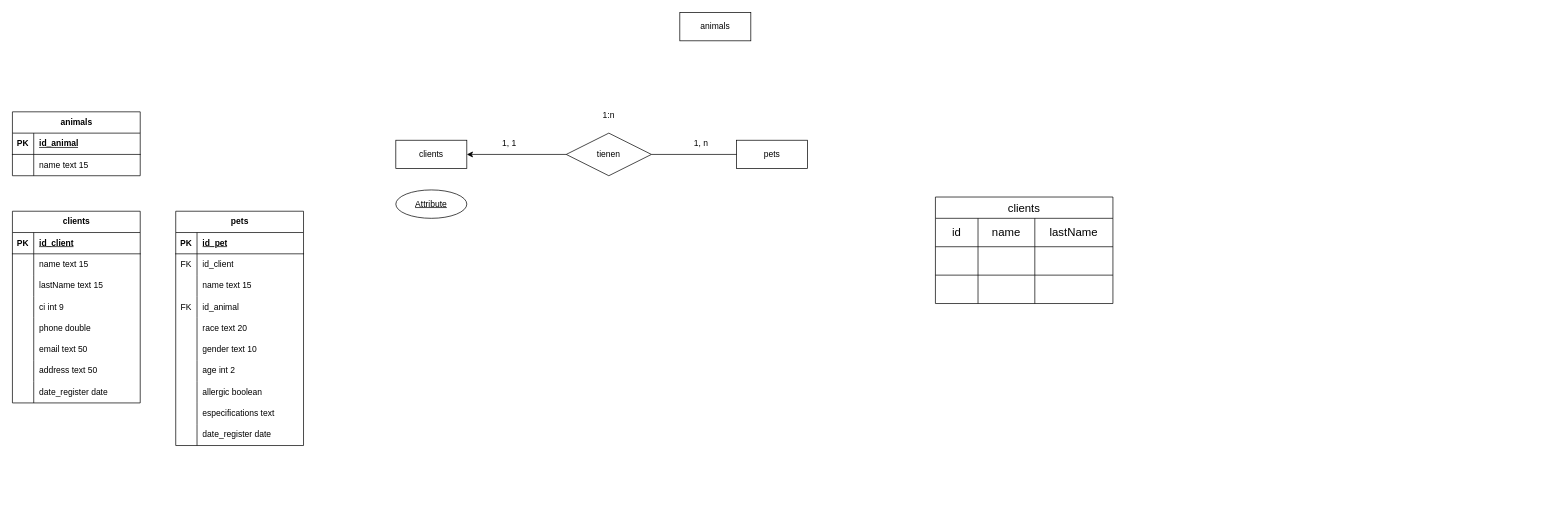
Above: veterinaryClinic.drawio in AlbanyNVRodriguez/draw---diagrams (draw.io), before the change. Source tidied: cells renumbered, new cells numbered last; positions are measured from the earlier drawing's top-left corner, leaving out a move shared by most shapes. Both pictures are drawn from the tidied source at 71%, with x=0, y=0 at pixel (12, 12).
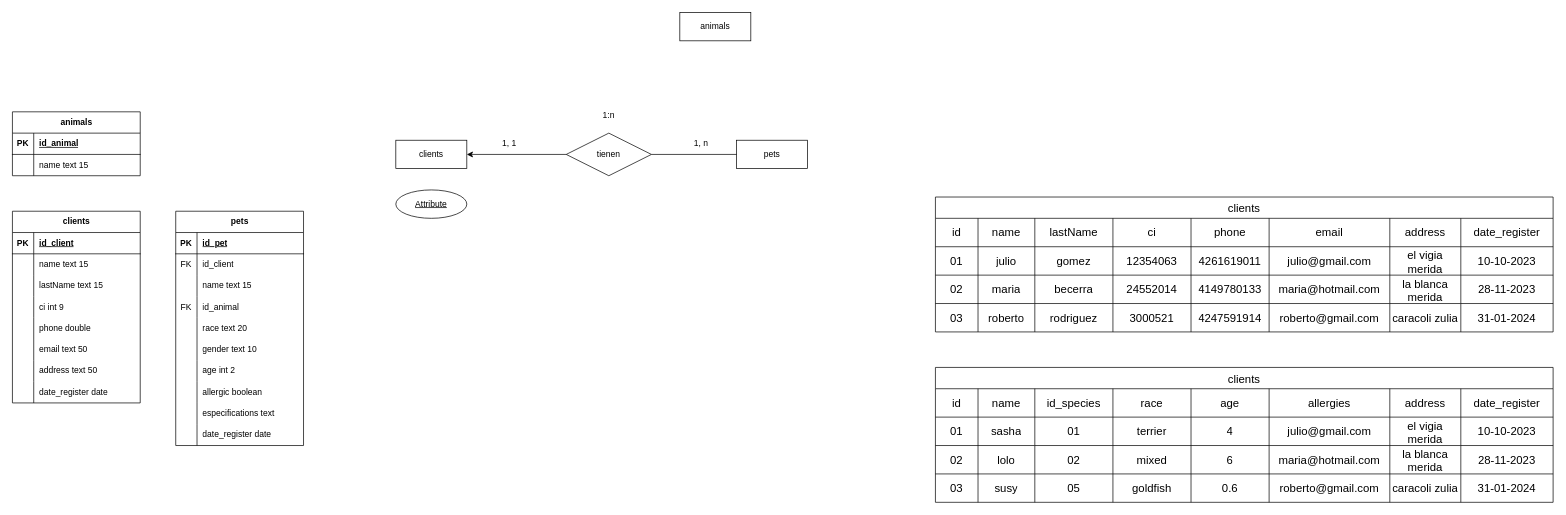
The same diagram, later.

What changed in the source:
```diff
@@
     <mxCell id="75" value="clients" style="shape=table;startSize=30;childLayout=tableLayout;strokeColor=default;fontSize=16;" parent="1" vertex="1">
-      <mxGeometry x="1300" y="260" width="250" height="150" as="geometry" />
+      <mxGeometry x="1300" y="260" width="870" height="190" as="geometry" />
     </mxCell>
     <mxCell id="76" style="shape=tableRow;horizontal=0;startSize=0;swimlaneHead=0;swimlaneBody=0;strokeColor=inherit;top=0;left=0;bottom=0;right=0;fillColor=none;fontSize=16;" parent="75" vertex="1">
-      <mxGeometry y="30" width="250" height="40" as="geometry" />
+      <mxGeometry y="30" width="870" height="40" as="geometry" />
     </mxCell>
@@
+    <mxCell id="88" value="ci" style="shape=partialRectangle;html=1;whiteSpace=wrap;strokeColor=inherit;overflow=hidden;fillColor=none;top=0;left=0;bottom=0;right=0;fontSize=16;" parent="76" vertex="1">
+      <mxGeometry x="250" width="110" height="40" as="geometry" />
+    </mxCell>
+    <mxCell id="89" value="phone" style="shape=partialRectangle;html=1;whiteSpace=wrap;strokeColor=inherit;overflow=hidden;fillColor=none;top=0;left=0;bottom=0;right=0;fontSize=16;" parent="76" vertex="1">
+      <mxGeometry x="360" width="110" height="40" as="geometry" />
+    </mxCell>
+    <mxCell id="90" value="email" style="shape=partialRectangle;html=1;whiteSpace=wrap;strokeColor=inherit;overflow=hidden;fillColor=none;top=0;left=0;bottom=0;right=0;fontSize=16;" parent="76" vertex="1">
+      <mxGeometry x="470" width="170" height="40" as="geometry" />
+    </mxCell>
+    <mxCell id="91" value="address" style="shape=partialRectangle;html=1;whiteSpace=wrap;strokeColor=inherit;overflow=hidden;fillColor=none;top=0;left=0;bottom=0;right=0;fontSize=16;" parent="76" vertex="1">
+      <mxGeometry x="640" width="100" height="40" as="geometry" />
+    </mxCell>
+    <mxCell id="92" value="date_register" style="shape=partialRectangle;html=1;whiteSpace=wrap;strokeColor=inherit;overflow=hidden;fillColor=none;top=0;left=0;bottom=0;right=0;fontSize=16;" parent="76" vertex="1">
+      <mxGeometry x="740" width="130" height="40" as="geometry" />
+    </mxCell>
     <mxCell id="80" style="shape=tableRow;horizontal=0;startSize=0;swimlaneHead=0;swimlaneBody=0;strokeColor=inherit;top=0;left=0;bottom=0;right=0;fillColor=none;fontSize=16;" parent="75" vertex="1">
-      <mxGeometry y="70" width="250" height="40" as="geometry" />
+      <mxGeometry y="70" width="870" height="40" as="geometry" />
     </mxCell>
-    <mxCell id="81" style="shape=partialRectangle;html=1;whiteSpace=wrap;strokeColor=inherit;overflow=hidden;fillColor=none;top=0;left=0;bottom=0;right=0;fontSize=16;" parent="80" vertex="1">
+    <mxCell id="81" value="01" style="shape=partialRectangle;html=1;whiteSpace=wrap;strokeColor=inherit;overflow=hidden;fillColor=none;top=0;left=0;bottom=0;right=0;fontSize=16;" parent="80" vertex="1">
       <mxGeometry width="60" height="40" as="geometry" />
     </mxCell>
-    <mxCell id="82" style="shape=partialRectangle;html=1;whiteSpace=wrap;strokeColor=inherit;overflow=hidden;fillColor=none;top=0;left=0;bottom=0;right=0;fontSize=16;" parent="80" vertex="1">
+    <mxCell id="82" value="julio" style="shape=partialRectangle;html=1;whiteSpace=wrap;strokeColor=inherit;overflow=hidden;fillColor=none;top=0;left=0;bottom=0;right=0;fontSize=16;" parent="80" vertex="1">
       <mxGeometry x="60" width="80" height="40" as="geometry" />
     </mxCell>
-    <mxCell id="83" style="shape=partialRectangle;html=1;whiteSpace=wrap;strokeColor=inherit;overflow=hidden;fillColor=none;top=0;left=0;bottom=0;right=0;fontSize=16;" parent="80" vertex="1">
+    <mxCell id="83" value="gomez" style="shape=partialRectangle;html=1;whiteSpace=wrap;strokeColor=inherit;overflow=hidden;fillColor=none;top=0;left=0;bottom=0;right=0;fontSize=16;" parent="80" vertex="1">
       <mxGeometry x="140" width="110" height="40" as="geometry" />
     </mxCell>
+    <mxCell id="93" value="12354063" style="shape=partialRectangle;html=1;whiteSpace=wrap;strokeColor=inherit;overflow=hidden;fillColor=none;top=0;left=0;bottom=0;right=0;fontSize=16;" parent="80" vertex="1">
+      <mxGeometry x="250" width="110" height="40" as="geometry" />
+    </mxCell>
+    <mxCell id="94" value="4261619011" style="shape=partialRectangle;html=1;whiteSpace=wrap;strokeColor=inherit;overflow=hidden;fillColor=none;top=0;left=0;bottom=0;right=0;fontSize=16;" parent="80" vertex="1">
+      <mxGeometry x="360" width="110" height="40" as="geometry" />
+    </mxCell>
+    <mxCell id="95" value="julio@gmail.com" style="shape=partialRectangle;html=1;whiteSpace=wrap;strokeColor=inherit;overflow=hidden;fillColor=none;top=0;left=0;bottom=0;right=0;fontSize=16;" parent="80" vertex="1">
+      <mxGeometry x="470" width="170" height="40" as="geometry" />
+    </mxCell>
+    <mxCell id="96" value="el vigia merida" style="shape=partialRectangle;html=1;whiteSpace=wrap;strokeColor=inherit;overflow=hidden;fillColor=none;top=0;left=0;bottom=0;right=0;fontSize=16;" parent="80" vertex="1">
+      <mxGeometry x="640" width="100" height="40" as="geometry" />
+    </mxCell>
+    <mxCell id="97" value="10-10-2023" style="shape=partialRectangle;html=1;whiteSpace=wrap;strokeColor=inherit;overflow=hidden;fillColor=none;top=0;left=0;bottom=0;right=0;fontSize=16;" parent="80" vertex="1">
+      <mxGeometry x="740" width="130" height="40" as="geometry" />
+    </mxCell>
     <mxCell id="84" style="shape=tableRow;horizontal=0;startSize=0;swimlaneHead=0;swimlaneBody=0;strokeColor=inherit;top=0;left=0;bottom=0;right=0;fillColor=none;fontSize=16;" parent="75" vertex="1">
-      <mxGeometry y="110" width="250" height="40" as="geometry" />
+      <mxGeometry y="110" width="870" height="40" as="geometry" />
     </mxCell>
-    <mxCell id="85" style="shape=partialRectangle;html=1;whiteSpace=wrap;strokeColor=inherit;overflow=hidden;fillColor=none;top=0;left=0;bottom=0;right=0;fontSize=16;" parent="84" vertex="1">
+    <mxCell id="85" value="02" style="shape=partialRectangle;html=1;whiteSpace=wrap;strokeColor=inherit;overflow=hidden;fillColor=none;top=0;left=0;bottom=0;right=0;fontSize=16;" parent="84" vertex="1">
       <mxGeometry width="60" height="40" as="geometry" />
     </mxCell>
-    <mxCell id="86" style="shape=partialRectangle;html=1;whiteSpace=wrap;strokeColor=inherit;overflow=hidden;fillColor=none;top=0;left=0;bottom=0;right=0;fontSize=16;" parent="84" vertex="1">
+    <mxCell id="86" value="maria" style="shape=partialRectangle;html=1;whiteSpace=wrap;strokeColor=inherit;overflow=hidden;fillColor=none;top=0;left=0;bottom=0;right=0;fontSize=16;" parent="84" vertex="1">
       <mxGeometry x="60" width="80" height="40" as="geometry" />
     </mxCell>
-    <mxCell id="87" style="shape=partialRectangle;html=1;whiteSpace=wrap;strokeColor=inherit;overflow=hidden;fillColor=none;top=0;left=0;bottom=0;right=0;fontSize=16;" parent="84" vertex="1">
+    <mxCell id="87" value="becerra" style="shape=partialRectangle;html=1;whiteSpace=wrap;strokeColor=inherit;overflow=hidden;fillColor=none;top=0;left=0;bottom=0;right=0;fontSize=16;" parent="84" vertex="1">
       <mxGeometry x="140" width="110" height="40" as="geometry" />
     </mxCell>
+    <mxCell id="98" value="24552014" style="shape=partialRectangle;html=1;whiteSpace=wrap;strokeColor=inherit;overflow=hidden;fillColor=none;top=0;left=0;bottom=0;right=0;fontSize=16;" parent="84" vertex="1">
+      <mxGeometry x="250" width="110" height="40" as="geometry" />
+    </mxCell>
+    <mxCell id="99" value="4149780133" style="shape=partialRectangle;html=1;whiteSpace=wrap;strokeColor=inherit;overflow=hidden;fillColor=none;top=0;left=0;bottom=0;right=0;fontSize=16;" parent="84" vertex="1">
+      <mxGeometry x="360" width="110" height="40" as="geometry" />
+    </mxCell>
+    <mxCell id="100" value="maria@hotmail.com" style="shape=partialRectangle;html=1;whiteSpace=wrap;strokeColor=inherit;overflow=hidden;fillColor=none;top=0;left=0;bottom=0;right=0;fontSize=16;" parent="84" vertex="1">
+      <mxGeometry x="470" width="170" height="40" as="geometry" />
+    </mxCell>
+    <mxCell id="101" value="la blanca merida" style="shape=partialRectangle;html=1;whiteSpace=wrap;strokeColor=inherit;overflow=hidden;fillColor=none;top=0;left=0;bottom=0;right=0;fontSize=16;" parent="84" vertex="1">
+      <mxGeometry x="640" width="100" height="40" as="geometry" />
+    </mxCell>
+    <mxCell id="102" value="28-11-2023" style="shape=partialRectangle;html=1;whiteSpace=wrap;strokeColor=inherit;overflow=hidden;fillColor=none;top=0;left=0;bottom=0;right=0;fontSize=16;" parent="84" vertex="1">
+      <mxGeometry x="740" width="130" height="40" as="geometry" />
+    </mxCell>
+    <mxCell id="103" style="shape=tableRow;horizontal=0;startSize=0;swimlaneHead=0;swimlaneBody=0;strokeColor=inherit;top=0;left=0;bottom=0;right=0;fillColor=none;fontSize=16;" parent="75" vertex="1">
+      <mxGeometry y="150" width="870" height="40" as="geometry" />
+    </mxCell>
+    <mxCell id="104" value="03" style="shape=partialRectangle;html=1;whiteSpace=wrap;strokeColor=inherit;overflow=hidden;fillColor=none;top=0;left=0;bottom=0;right=0;fontSize=16;" parent="103" vertex="1">
+      <mxGeometry width="60" height="40" as="geometry" />
+    </mxCell>
+    <mxCell id="105" value="roberto" style="shape=partialRectangle;html=1;whiteSpace=wrap;strokeColor=inherit;overflow=hidden;fillColor=none;top=0;left=0;bottom=0;right=0;fontSize=16;" parent="103" vertex="1">
+      <mxGeometry x="60" width="80" height="40" as="geometry" />
+    </mxCell>
+    <mxCell id="106" value="rodriguez" style="shape=partialRectangle;html=1;whiteSpace=wrap;strokeColor=inherit;overflow=hidden;fillColor=none;top=0;left=0;bottom=0;right=0;fontSize=16;" parent="103" vertex="1">
+      <mxGeometry x="140" width="110" height="40" as="geometry" />
+    </mxCell>
+    <mxCell id="107" value="3000521" style="shape=partialRectangle;html=1;whiteSpace=wrap;strokeColor=inherit;overflow=hidden;fillColor=none;top=0;left=0;bottom=0;right=0;fontSize=16;" parent="103" vertex="1">
+      <mxGeometry x="250" width="110" height="40" as="geometry" />
+    </mxCell>
+    <mxCell id="108" value="4247591914" style="shape=partialRectangle;html=1;whiteSpace=wrap;strokeColor=inherit;overflow=hidden;fillColor=none;top=0;left=0;bottom=0;right=0;fontSize=16;" parent="103" vertex="1">
+      <mxGeometry x="360" width="110" height="40" as="geometry" />
+    </mxCell>
+    <mxCell id="109" value="roberto@gmail.com" style="shape=partialRectangle;html=1;whiteSpace=wrap;strokeColor=inherit;overflow=hidden;fillColor=none;top=0;left=0;bottom=0;right=0;fontSize=16;" parent="103" vertex="1">
+      <mxGeometry x="470" width="170" height="40" as="geometry" />
+    </mxCell>
+    <mxCell id="110" value="caracoli zulia" style="shape=partialRectangle;html=1;whiteSpace=wrap;strokeColor=inherit;overflow=hidden;fillColor=none;top=0;left=0;bottom=0;right=0;fontSize=16;" parent="103" vertex="1">
+      <mxGeometry x="640" width="100" height="40" as="geometry" />
+    </mxCell>
+    <mxCell id="111" value="31-01-2024" style="shape=partialRectangle;html=1;whiteSpace=wrap;strokeColor=inherit;overflow=hidden;fillColor=none;top=0;left=0;bottom=0;right=0;fontSize=16;" parent="103" vertex="1">
+      <mxGeometry x="740" width="130" height="40" as="geometry" />
+    </mxCell>
+    <mxCell id="112" value="clients" style="shape=table;startSize=30;childLayout=tableLayout;strokeColor=default;fontSize=16;" parent="1" vertex="1">
+      <mxGeometry x="1300" y="500" width="870" height="190" as="geometry" />
+    </mxCell>
+    <mxCell id="113" style="shape=tableRow;horizontal=0;startSize=0;swimlaneHead=0;swimlaneBody=0;strokeColor=inherit;top=0;left=0;bottom=0;right=0;fillColor=none;fontSize=16;" parent="112" vertex="1">
+      <mxGeometry y="30" width="870" height="40" as="geometry" />
+    </mxCell>
+    <mxCell id="114" value="id" style="shape=partialRectangle;html=1;whiteSpace=wrap;strokeColor=inherit;overflow=hidden;fillColor=none;top=0;left=0;bottom=0;right=0;fontSize=16;" parent="113" vertex="1">
+      <mxGeometry width="60" height="40" as="geometry" />
+    </mxCell>
+    <mxCell id="115" value="name" style="shape=partialRectangle;html=1;whiteSpace=wrap;strokeColor=inherit;overflow=hidden;fillColor=none;top=0;left=0;bottom=0;right=0;fontSize=16;" parent="113" vertex="1">
+      <mxGeometry x="60" width="80" height="40" as="geometry" />
+    </mxCell>
+    <mxCell id="116" value="id_species" style="shape=partialRectangle;html=1;whiteSpace=wrap;strokeColor=inherit;overflow=hidden;fillColor=none;top=0;left=0;bottom=0;right=0;fontSize=16;" parent="113" vertex="1">
+      <mxGeometry x="140" width="110" height="40" as="geometry" />
+    </mxCell>
+    <mxCell id="117" value="race" style="shape=partialRectangle;html=1;whiteSpace=wrap;strokeColor=inherit;overflow=hidden;fillColor=none;top=0;left=0;bottom=0;right=0;fontSize=16;" parent="113" vertex="1">
+      <mxGeometry x="250" width="110" height="40" as="geometry" />
+    </mxCell>
+    <mxCell id="118" value="age" style="shape=partialRectangle;html=1;whiteSpace=wrap;strokeColor=inherit;overflow=hidden;fillColor=none;top=0;left=0;bottom=0;right=0;fontSize=16;" parent="113" vertex="1">
+      <mxGeometry x="360" width="110" height="40" as="geometry" />
+    </mxCell>
+    <mxCell id="119" value="allergies" style="shape=partialRectangle;html=1;whiteSpace=wrap;strokeColor=inherit;overflow=hidden;fillColor=none;top=0;left=0;bottom=0;right=0;fontSize=16;" parent="113" vertex="1">
+      <mxGeometry x="470" width="170" height="40" as="geometry" />
+    </mxCell>
+    <mxCell id="120" value="address" style="shape=partialRectangle;html=1;whiteSpace=wrap;strokeColor=inherit;overflow=hidden;fillColor=none;top=0;left=0;bottom=0;right=0;fontSize=16;" parent="113" vertex="1">
+      <mxGeometry x="640" width="100" height="40" as="geometry" />
+    </mxCell>
+    <mxCell id="121" value="date_register" style="shape=partialRectangle;html=1;whiteSpace=wrap;strokeColor=inherit;overflow=hidden;fillColor=none;top=0;left=0;bottom=0;right=0;fontSize=16;" parent="113" vertex="1">
+      <mxGeometry x="740" width="130" height="40" as="geometry" />
+    </mxCell>
+    <mxCell id="122" style="shape=tableRow;horizontal=0;startSize=0;swimlaneHead=0;swimlaneBody=0;strokeColor=inherit;top=0;left=0;bottom=0;right=0;fillColor=none;fontSize=16;" parent="112" vertex="1">
+      <mxGeometry y="70" width="870" height="40" as="geometry" />
+    </mxCell>
+    <mxCell id="123" value="01" style="shape=partialRectangle;html=1;whiteSpace=wrap;strokeColor=inherit;overflow=hidden;fillColor=none;top=0;left=0;bottom=0;right=0;fontSize=16;" parent="122" vertex="1">
+      <mxGeometry width="60" height="40" as="geometry" />
+    </mxCell>
+    <mxCell id="124" value="sasha" style="shape=partialRectangle;html=1;whiteSpace=wrap;strokeColor=inherit;overflow=hidden;fillColor=none;top=0;left=0;bottom=0;right=0;fontSize=16;" parent="122" vertex="1">
+      <mxGeometry x="60" width="80" height="40" as="geometry" />
+    </mxCell>
+    <mxCell id="125" value="01" style="shape=partialRectangle;html=1;whiteSpace=wrap;strokeColor=inherit;overflow=hidden;fillColor=none;top=0;left=0;bottom=0;right=0;fontSize=16;" parent="122" vertex="1">
+      <mxGeometry x="140" width="110" height="40" as="geometry" />
+    </mxCell>
+    <mxCell id="126" value="terrier" style="shape=partialRectangle;html=1;whiteSpace=wrap;strokeColor=inherit;overflow=hidden;fillColor=none;top=0;left=0;bottom=0;right=0;fontSize=16;" parent="122" vertex="1">
+      <mxGeometry x="250" width="110" height="40" as="geometry" />
+    </mxCell>
+    <mxCell id="127" value="4" style="shape=partialRectangle;html=1;whiteSpace=wrap;strokeColor=inherit;overflow=hidden;fillColor=none;top=0;left=0;bottom=0;right=0;fontSize=16;" parent="122" vertex="1">
+      <mxGeometry x="360" width="110" height="40" as="geometry" />
+    </mxCell>
+    <mxCell id="128" value="julio@gmail.com" style="shape=partialRectangle;html=1;whiteSpace=wrap;strokeColor=inherit;overflow=hidden;fillColor=none;top=0;left=0;bottom=0;right=0;fontSize=16;" parent="122" vertex="1">
+      <mxGeometry x="470" width="170" height="40" as="geometry" />
+    </mxCell>
+    <mxCell id="129" value="el vigia merida" style="shape=partialRectangle;html=1;whiteSpace=wrap;strokeColor=inherit;overflow=hidden;fillColor=none;top=0;left=0;bottom=0;right=0;fontSize=16;" parent="122" vertex="1">
+      <mxGeometry x="640" width="100" height="40" as="geometry" />
+    </mxCell>
+    <mxCell id="130" value="10-10-2023" style="shape=partialRectangle;html=1;whiteSpace=wrap;strokeColor=inherit;overflow=hidden;fillColor=none;top=0;left=0;bottom=0;right=0;fontSize=16;" parent="122" vertex="1">
+      <mxGeometry x="740" width="130" height="40" as="geometry" />
+    </mxCell>
+    <mxCell id="131" style="shape=tableRow;horizontal=0;startSize=0;swimlaneHead=0;swimlaneBody=0;strokeColor=inherit;top=0;left=0;bottom=0;right=0;fillColor=none;fontSize=16;" parent="112" vertex="1">
+      <mxGeometry y="110" width="870" height="40" as="geometry" />
+    </mxCell>
+    <mxCell id="132" value="02" style="shape=partialRectangle;html=1;whiteSpace=wrap;strokeColor=inherit;overflow=hidden;fillColor=none;top=0;left=0;bottom=0;right=0;fontSize=16;" parent="131" vertex="1">
+      <mxGeometry width="60" height="40" as="geometry" />
+    </mxCell>
+    <mxCell id="133" value="lolo" style="shape=partialRectangle;html=1;whiteSpace=wrap;strokeColor=inherit;overflow=hidden;fillColor=none;top=0;left=0;bottom=0;right=0;fontSize=16;" parent="131" vertex="1">
+      <mxGeometry x="60" width="80" height="40" as="geometry" />
+    </mxCell>
+    <mxCell id="134" value="02" style="shape=partialRectangle;html=1;whiteSpace=wrap;strokeColor=inherit;overflow=hidden;fillColor=none;top=0;left=0;bottom=0;right=0;fontSize=16;" parent="131" vertex="1">
+      <mxGeometry x="140" width="110" height="40" as="geometry" />
+    </mxCell>
+    <mxCell id="135" value="mixed" style="shape=partialRectangle;html=1;whiteSpace=wrap;strokeColor=inherit;overflow=hidden;fillColor=none;top=0;left=0;bottom=0;right=0;fontSize=16;" parent="131" vertex="1">
+      <mxGeometry x="250" width="110" height="40" as="geometry" />
+    </mxCell>
+    <mxCell id="136" value="6" style="shape=partialRectangle;html=1;whiteSpace=wrap;strokeColor=inherit;overflow=hidden;fillColor=none;top=0;left=0;bottom=0;right=0;fontSize=16;" parent="131" vertex="1">
+      <mxGeometry x="360" width="110" height="40" as="geometry" />
+    </mxCell>
+    <mxCell id="137" value="maria@hotmail.com" style="shape=partialRectangle;html=1;whiteSpace=wrap;strokeColor=inherit;overflow=hidden;fillColor=none;top=0;left=0;bottom=0;right=0;fontSize=16;" parent="131" vertex="1">
+      <mxGeometry x="470" width="170" height="40" as="geometry" />
+    </mxCell>
+    <mxCell id="138" value="la blanca merida" style="shape=partialRectangle;html=1;whiteSpace=wrap;strokeColor=inherit;overflow=hidden;fillColor=none;top=0;left=0;bottom=0;right=0;fontSize=16;" parent="131" vertex="1">
+      <mxGeometry x="640" width="100" height="40" as="geometry" />
+    </mxCell>
+    <mxCell id="139" value="28-11-2023" style="shape=partialRectangle;html=1;whiteSpace=wrap;strokeColor=inherit;overflow=hidden;fillColor=none;top=0;left=0;bottom=0;right=0;fontSize=16;" parent="131" vertex="1">
+      <mxGeometry x="740" width="130" height="40" as="geometry" />
+    </mxCell>
+    <mxCell id="140" style="shape=tableRow;horizontal=0;startSize=0;swimlaneHead=0;swimlaneBody=0;strokeColor=inherit;top=0;left=0;bottom=0;right=0;fillColor=none;fontSize=16;" parent="112" vertex="1">
+      <mxGeometry y="150" width="870" height="40" as="geometry" />
+    </mxCell>
+    <mxCell id="141" value="03" style="shape=partialRectangle;html=1;whiteSpace=wrap;strokeColor=inherit;overflow=hidden;fillColor=none;top=0;left=0;bottom=0;right=0;fontSize=16;" parent="140" vertex="1">
+      <mxGeometry width="60" height="40" as="geometry" />
+    </mxCell>
+    <mxCell id="142" value="susy" style="shape=partialRectangle;html=1;whiteSpace=wrap;strokeColor=inherit;overflow=hidden;fillColor=none;top=0;left=0;bottom=0;right=0;fontSize=16;" parent="140" vertex="1">
+      <mxGeometry x="60" width="80" height="40" as="geometry" />
+    </mxCell>
+    <mxCell id="143" value="05" style="shape=partialRectangle;html=1;whiteSpace=wrap;strokeColor=inherit;overflow=hidden;fillColor=none;top=0;left=0;bottom=0;right=0;fontSize=16;" parent="140" vertex="1">
+      <mxGeometry x="140" width="110" height="40" as="geometry" />
+    </mxCell>
+    <mxCell id="144" value="goldfish" style="shape=partialRectangle;html=1;whiteSpace=wrap;strokeColor=inherit;overflow=hidden;fillColor=none;top=0;left=0;bottom=0;right=0;fontSize=16;" parent="140" vertex="1">
+      <mxGeometry x="250" width="110" height="40" as="geometry" />
+    </mxCell>
+    <mxCell id="145" value="0.6" style="shape=partialRectangle;html=1;whiteSpace=wrap;strokeColor=inherit;overflow=hidden;fillColor=none;top=0;left=0;bottom=0;right=0;fontSize=16;" parent="140" vertex="1">
+      <mxGeometry x="360" width="110" height="40" as="geometry" />
+    </mxCell>
+    <mxCell id="146" value="roberto@gmail.com" style="shape=partialRectangle;html=1;whiteSpace=wrap;strokeColor=inherit;overflow=hidden;fillColor=none;top=0;left=0;bottom=0;right=0;fontSize=16;" parent="140" vertex="1">
+      <mxGeometry x="470" width="170" height="40" as="geometry" />
+    </mxCell>
+    <mxCell id="147" value="caracoli zulia" style="shape=partialRectangle;html=1;whiteSpace=wrap;strokeColor=inherit;overflow=hidden;fillColor=none;top=0;left=0;bottom=0;right=0;fontSize=16;" parent="140" vertex="1">
+      <mxGeometry x="640" width="100" height="40" as="geometry" />
+    </mxCell>
+    <mxCell id="148" value="31-01-2024" style="shape=partialRectangle;html=1;whiteSpace=wrap;strokeColor=inherit;overflow=hidden;fillColor=none;top=0;left=0;bottom=0;right=0;fontSize=16;" parent="140" vertex="1">
+      <mxGeometry x="740" width="130" height="40" as="geometry" />
+    </mxCell>
```
